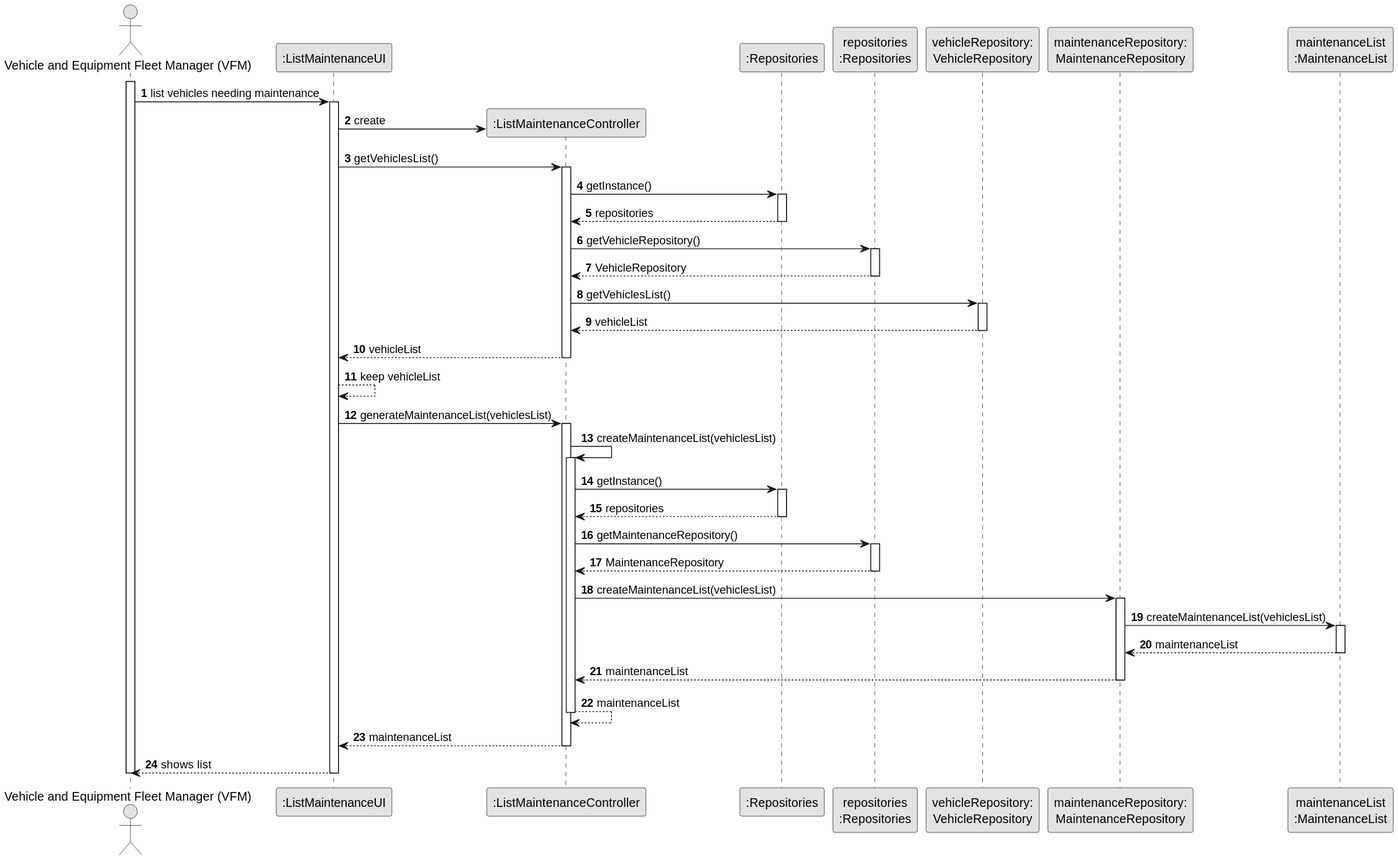
Before: docs/sprintB/us008/03.design/svg/us008-sequence-diagram-full.svg, a diagram exported from PlantUML (RicardoMorim/lapr2-ISEP-Project).
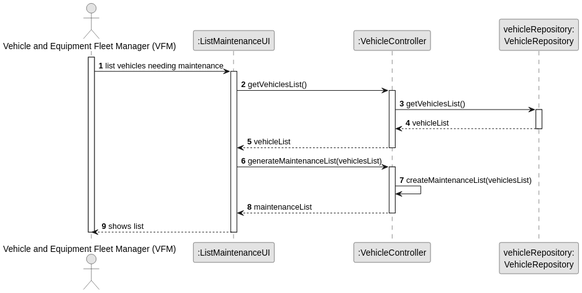
Later version of the same file.

Commit message:
updated the full sequence diagram of the us008

Change to the diagram source:
```diff
@@ -7,34 +7,19 @@
 
 actor "Vehicle and Equipment Fleet Manager (VFM)" as VFM
 participant ":ListMaintenanceUI" as UI
-participant ":ListMaintenanceController" as CTRL
-participant ":Repositories" as RepositorySingleton
-participant "repositories\n:Repositories" as PLAT
+participant ":VehicleController" as CTRL
 participant "vehicleRepository:\nVehicleRepository" as VehicleRepository
-participant "maintenanceRepository:\nMaintenanceRepository" as MaintenanceRepository
-participant "maintenanceList\n:MaintenanceList" as MaintenanceList
+
 
 activate VFM
 
     VFM -> UI :list vehicles needing maintenance
     activate UI
 
-        UI -> CTRL** : create
+
 
         UI -> CTRL : getVehiclesList()
         activate CTRL
-
-            CTRL -> RepositorySingleton : getInstance()
-            activate RepositorySingleton
-
-                RepositorySingleton --> CTRL: repositories
-            deactivate RepositorySingleton
-
-            CTRL -> PLAT : getVehicleRepository()
-            activate PLAT
-
-                PLAT --> CTRL: VehicleRepository
-            deactivate PLAT
 
             CTRL -> VehicleRepository : getVehiclesList()
             activate VehicleRepository
@@ -45,40 +30,12 @@
             CTRL --> UI : vehicleList
         deactivate CTRL
 
-        UI --> UI : keep vehicleList
 
         UI -> CTRL : generateMaintenanceList(vehiclesList)
         activate CTRL
 
             CTRL -> CTRL : createMaintenanceList(vehiclesList)
-            activate CTRL
 
-                CTRL -> RepositorySingleton : getInstance()
-                activate RepositorySingleton
-
-                    RepositorySingleton --> CTRL: repositories
-                deactivate RepositorySingleton
-
-                CTRL -> PLAT : getMaintenanceRepository()
-                activate PLAT
-
-                    PLAT --> CTRL: MaintenanceRepository
-                deactivate PLAT
-
-                CTRL -> MaintenanceRepository : createMaintenanceList(vehiclesList)
-                activate MaintenanceRepository
-
-                    MaintenanceRepository -> MaintenanceList : createMaintenanceList(vehiclesList)
-                    activate MaintenanceList
-
-                    MaintenanceList --> MaintenanceRepository : maintenanceList
-                    deactivate MaintenanceList
-
-                MaintenanceRepository --> CTRL : maintenanceList
-                deactivate MaintenanceRepository
-
-            CTRL --> CTRL : maintenanceList
-            deactivate CTRL
 
             CTRL --> UI : maintenanceList
         deactivate CTRL
```
